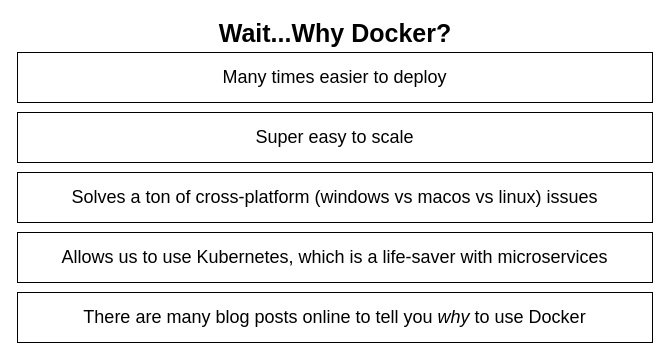
The draw.io diagram page "03 - why" (8 of 16) of diagrams/04/01.drawio in HappySuzuki/microservices-cast, before the edit. Source tidied: cells renumbered, new cells numbered last; positions are measured from the earlier drawing's top-left corner, leaving out a move shared by most shapes. Both pictures are drawn from the tidied source at 100%, with x=0, y=0 at pixel (17, 22).
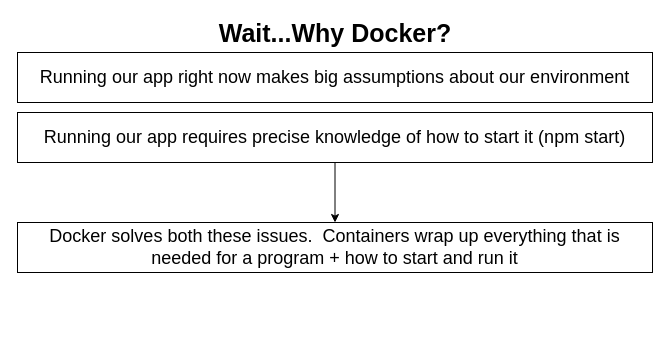
After the change.

Diff of the diagram source:
```diff
@@
 <mxGraphModel>
   <root>
     <mxCell id="0" />
     <mxCell id="1" parent="0" />
     <mxCell id="2" value="Wait...Why Docker?" style="text;html=1;strokeColor=none;fillColor=none;align=center;verticalAlign=middle;whiteSpace=wrap;rounded=0;fontSize=25;fontStyle=1;" parent="1" vertex="1">
       <mxGeometry x="152.5" width="330" height="20" as="geometry" />
     </mxCell>
-    <mxCell id="3" value="Many times easier to deploy" style="rounded=0;whiteSpace=wrap;html=1;fontSize=18;" parent="1" vertex="1">
+    <mxCell id="3" value="Running our app right now makes big assumptions about our environment" style="rounded=0;whiteSpace=wrap;html=1;fontSize=18;" parent="1" vertex="1">
       <mxGeometry y="30" width="635" height="50" as="geometry" />
     </mxCell>
-    <mxCell id="4" value="Allows us to use Kubernetes, which is a life-saver with microservices" style="rounded=0;whiteSpace=wrap;html=1;fontSize=18;" parent="1" vertex="1">
-      <mxGeometry y="210" width="635" height="50" as="geometry" />
-    </mxCell>
-    <mxCell id="5" value="Solves a ton of cross-platform (windows vs macos vs linux) issues" style="rounded=0;whiteSpace=wrap;html=1;fontSize=18;" parent="1" vertex="1">
-      <mxGeometry y="150" width="635" height="50" as="geometry" />
+    <mxCell id="5" value="Docker solves both these issues.&amp;nbsp; Containers wrap up everything that is needed for a program + how to start and run it" style="rounded=0;whiteSpace=wrap;html=1;fontSize=18;" parent="1" vertex="1">
+      <mxGeometry y="200" width="635" height="50" as="geometry" />
     </mxCell>
+    <mxCell id="8" style="edgeStyle=orthogonalEdgeStyle;rounded=0;jettySize=auto;html=1;exitX=0.5;exitY=1;exitDx=0;exitDy=0;fontSize=17;" parent="1" edge="1" source="6" target="5">
+      <mxGeometry relative="1" as="geometry" />
+    </mxCell>
-    <mxCell id="6" value="Super easy to scale" style="rounded=0;whiteSpace=wrap;html=1;fontSize=18;" parent="1" vertex="1">
+    <mxCell id="6" value="Running our app requires precise knowledge of how to start it (npm start)" style="rounded=0;whiteSpace=wrap;html=1;fontSize=18;" parent="1" vertex="1">
       <mxGeometry y="90" width="635" height="50" as="geometry" />
     </mxCell>
-    <mxCell id="7" value="There are many blog posts online to tell you &lt;i&gt;why&lt;/i&gt;&amp;nbsp;to use Docker" style="rounded=0;whiteSpace=wrap;html=1;fontSize=18;" parent="1" vertex="1">
-      <mxGeometry y="270" width="635" height="50" as="geometry" />
-    </mxCell>
   </root>
 </mxGraphModel>
```
